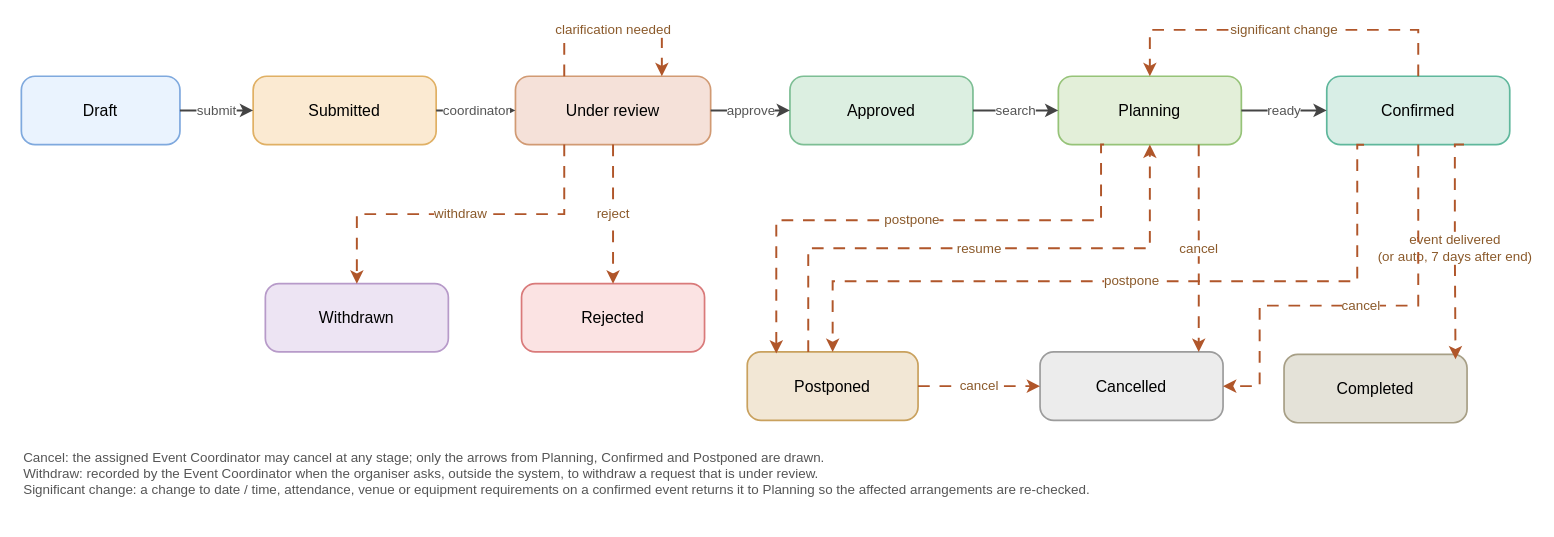
kchoongg/IS212 keeps this draw.io diagram as docs/ConnectSphere_Status_Lifecycle.drawio. Above is the earlier version. Source tidied: cells renumbered, new cells numbered last; positions are measured from the earlier drawing's top-left corner, leaving out a move shared by most shapes. Both pictures are drawn from the tidied source at 122%, with x=0, y=0 at pixel (21, 29).
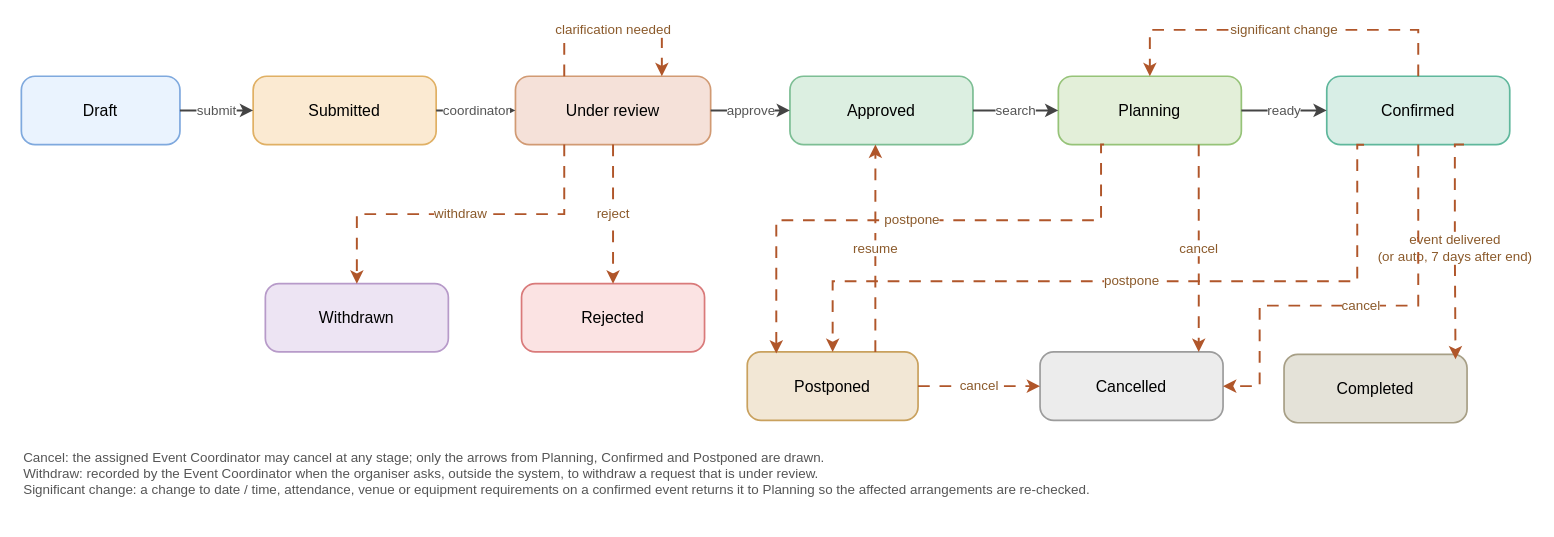
The same page after the edit.

Unchanged cells that the change refers to:
```xml
<mxCell id="6" value="Approved" style="rounded=1;arcSize=20;whiteSpace=wrap;html=1;fontSize=13;strokeWidth=1.4;fillColor=#DCEFE1;strokeColor=#7DBE94;" parent="1" vertex="1">
  <mxGeometry x="630" y="38" width="150" height="56" as="geometry" />
</mxCell>
<mxCell id="7" value="Planning" style="rounded=1;arcSize=20;whiteSpace=wrap;html=1;fontSize=13;strokeWidth=1.4;fillColor=#E3EFD9;strokeColor=#96C378;" parent="1" vertex="1">
  <mxGeometry x="850" y="38" width="150" height="56" as="geometry" />
</mxCell>
<mxCell id="11" value="Postponed" style="rounded=1;arcSize=20;whiteSpace=wrap;html=1;fontSize=13;strokeWidth=1.4;fillColor=#F2E7D5;strokeColor=#C9A15E;" parent="1" vertex="1">
  <mxGeometry x="595" y="264" width="140" height="56" as="geometry" />
</mxCell>
```

What changed in the source:
```diff
@@
-    <mxCell id="26" value="resume" style="edgeStyle=orthogonalEdgeStyle;rounded=0;html=1;strokeColor=#B0562A;strokeWidth=1.6;dashed=1;dashPattern=6 5;fontSize=11;fontColor=#8B5A2B;jettySize=auto;entryX=0.5;entryY=1;entryDx=0;entryDy=0;" parent="1" edge="1" source="11" target="7">
-      <mxGeometry relative="1" as="geometry">
-        <Array as="points">
-          <mxPoint x="645" y="179" />
-          <mxPoint x="925" y="179" />
-        </Array>
-      </mxGeometry>
+    <mxCell id="26" value="resume" style="edgeStyle=orthogonalEdgeStyle;rounded=0;html=1;strokeColor=#B0562A;strokeWidth=1.6;dashed=1;dashPattern=6 5;fontSize=11;fontColor=#8B5A2B;jettySize=auto;exitX=0.75;exitY=0;exitDx=0;exitDy=0;entryX=0.467;entryY=1;entryDx=0;entryDy=0;" parent="1" edge="1" source="11" target="6">
+      <mxGeometry relative="1" as="geometry" />
     </mxCell>
```
